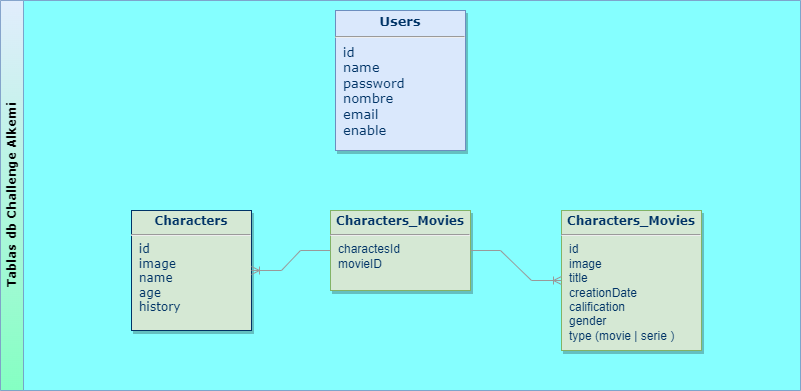
This is db.png from alekusa/api_nodejs, a draw.io export, as it was before one commit. Source tidied: cells renumbered, new cells last; positions are measured from the earlier drawing's top-left corner, leaving out a move shared by most shapes.
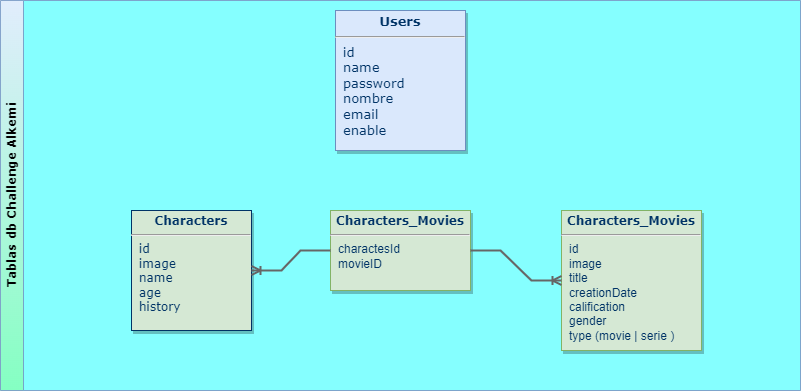
The same diagram one commit later.

Diff of the diagram source:
```diff
@@ -17,10 +17,10 @@
     <mxCell id="6" value="&lt;p style=&quot;margin: 4px 0px 0px; text-align: center;&quot;&gt;&lt;b style=&quot;&quot;&gt;&lt;font style=&quot;&quot; face=&quot;Verdana&quot;&gt;Characters_Movies&lt;/font&gt;&lt;/b&gt;&lt;/p&gt;&lt;hr&gt;&lt;p style=&quot;margin: 0px; margin-left: 8px;&quot;&gt;charactesId&lt;/p&gt;&lt;p style=&quot;margin: 0px; margin-left: 8px;&quot;&gt;movieID&lt;/p&gt;" style="verticalAlign=top;align=left;overflow=fill;fontSize=12;fontFamily=Helvetica;html=1;strokeColor=#82b366;shadow=1;fillColor=#d5e8d4;fontColor=#003366;" parent="2" vertex="1">
       <mxGeometry x="330" y="210" width="140" height="80" as="geometry" />
     </mxCell>
-    <mxCell id="7" style="edgeStyle=entityRelationEdgeStyle;fontSize=12;html=1;endArrow=ERoneToMany;rounded=0;fontFamily=Verdana;strokeColor=#999999;" parent="2" edge="1" source="6" target="5">
+    <mxCell id="7" style="edgeStyle=entityRelationEdgeStyle;fontSize=12;html=1;endArrow=ERoneToMany;rounded=0;fontFamily=Verdana;strokeColor=#666666;labelBackgroundColor=none;fontColor=#000000;strokeWidth=2;" parent="2" edge="1" source="6" target="5">
       <mxGeometry relative="1" as="geometry" />
     </mxCell>
-    <mxCell id="8" style="edgeStyle=entityRelationEdgeStyle;fontSize=12;html=1;endArrow=ERoneToMany;rounded=0;fontFamily=Verdana;exitX=0;exitY=0.5;exitDx=0;exitDy=0;strokeColor=#999999;" parent="2" edge="1" source="6" target="4">
+    <mxCell id="8" style="edgeStyle=entityRelationEdgeStyle;fontSize=12;html=1;endArrow=ERoneToMany;rounded=0;fontFamily=Verdana;exitX=0;exitY=0.5;exitDx=0;exitDy=0;strokeColor=#666666;strokeWidth=2;" parent="2" edge="1" source="6" target="4">
       <mxGeometry relative="1" as="geometry" />
     </mxCell>
   </root>
```
